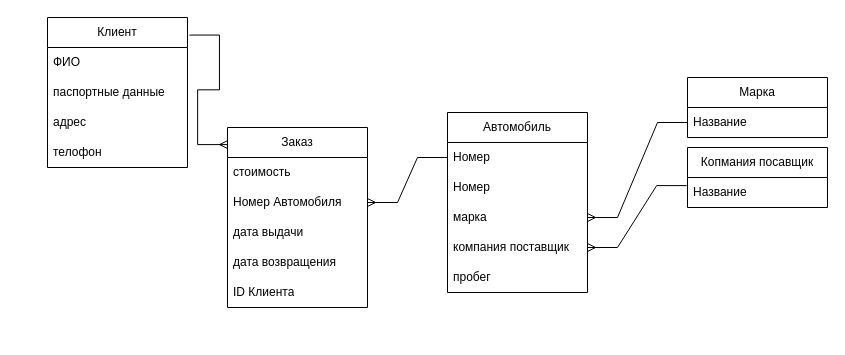
Before: course-db/course-work/КБД.drawio in MohMaGen/2024-4-term-uni, a draw.io diagram. Source tidied: cells renumbered, new cells numbered last; positions are measured from the earlier drawing's top-left corner, leaving out a move shared by most shapes. Both pictures are drawn from the tidied source at 100%, with x=0, y=0 at pixel (47, -53).
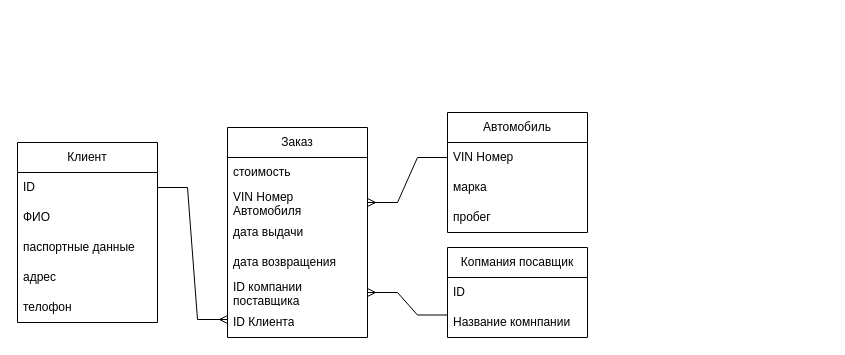
Above is the later version.

What changed in the source:
```diff
@@
     <mxCell id="2" value="Клиент" style="swimlane;fontStyle=0;horizontal=1;startSize=30;whiteSpace=wrap;html=1;" parent="1" vertex="1">
-      <mxGeometry y="70" width="140" height="150" as="geometry" />
+      <mxGeometry x="-30" y="195" width="140" height="180" as="geometry" />
     </mxCell>
+    <mxCell id="27" value="ID" style="text;strokeColor=none;fillColor=none;align=left;verticalAlign=middle;spacingLeft=4;spacingRight=4;overflow=hidden;points=[[0,0.5],[1,0.5]];portConstraint=eastwest;whiteSpace=wrap;html=1;" parent="2" vertex="1">
+      <mxGeometry y="30" width="140" height="30" as="geometry" />
+    </mxCell>
     <mxCell id="3" value="ФИО" style="text;strokeColor=none;fillColor=none;align=left;verticalAlign=middle;spacingLeft=4;spacingRight=4;overflow=hidden;whiteSpace=wrap;html=1;" parent="2" vertex="1">
-      <mxGeometry y="30" width="140" height="30" as="geometry" />
+      <mxGeometry y="60" width="140" height="30" as="geometry" />
     </mxCell>
     <mxCell id="4" value="паспортные данные" style="text;strokeColor=none;fillColor=none;align=left;verticalAlign=middle;spacingLeft=4;spacingRight=4;overflow=hidden;whiteSpace=wrap;html=1;" parent="2" vertex="1">
-      <mxGeometry y="60" width="140" height="30" as="geometry" />
+      <mxGeometry y="90" width="140" height="30" as="geometry" />
     </mxCell>
     <mxCell id="5" value="адрес" style="text;strokeColor=none;fillColor=none;align=left;verticalAlign=middle;spacingLeft=4;spacingRight=4;overflow=hidden;whiteSpace=wrap;html=1;" parent="2" vertex="1">
-      <mxGeometry y="90" width="140" height="30" as="geometry" />
+      <mxGeometry y="120" width="140" height="30" as="geometry" />
     </mxCell>
     <mxCell id="6" value="телофон" style="text;strokeColor=none;fillColor=none;align=left;verticalAlign=middle;spacingLeft=4;spacingRight=4;overflow=hidden;whiteSpace=wrap;html=1;" parent="2" vertex="1">
-      <mxGeometry y="120" width="140" height="30" as="geometry" />
+      <mxGeometry y="150" width="140" height="30" as="geometry" />
     </mxCell>
     <mxCell id="7" value="Заказ" style="swimlane;fontStyle=0;horizontal=1;startSize=30;whiteSpace=wrap;html=1;" parent="1" vertex="1">
-      <mxGeometry x="180" y="180" width="140" height="180" as="geometry" />
+      <mxGeometry x="180" y="180" width="140" height="210" as="geometry" />
     </mxCell>
@@
-    <mxCell id="9" value="Номер Автомобиля" style="text;strokeColor=none;fillColor=none;align=left;verticalAlign=middle;spacingLeft=4;spacingRight=4;overflow=hidden;points=[[0,0.5],[1,0.5]];portConstraint=eastwest;whiteSpace=wrap;html=1;" parent="7" vertex="1">
+    <mxCell id="9" value="VIN Номер Автомобиля" style="text;strokeColor=none;fillColor=none;align=left;verticalAlign=middle;spacingLeft=4;spacingRight=4;overflow=hidden;points=[[0,0.5],[1,0.5]];portConstraint=eastwest;whiteSpace=wrap;html=1;" parent="7" vertex="1">
       <mxGeometry y="60" width="140" height="30" as="geometry" />
     </mxCell>
@@
+    <mxCell id="17" value="ID компании поставщика" style="text;strokeColor=none;fillColor=none;align=left;verticalAlign=middle;spacingLeft=4;spacingRight=4;overflow=hidden;points=[[0,0.5],[1,0.5]];portConstraint=eastwest;whiteSpace=wrap;html=1;" parent="7" vertex="1">
+      <mxGeometry y="150" width="140" height="30" as="geometry" />
+    </mxCell>
     <mxCell id="12" value="ID Клиента" style="text;strokeColor=none;fillColor=none;align=left;verticalAlign=middle;spacingLeft=4;spacingRight=4;overflow=hidden;whiteSpace=wrap;html=1;" parent="7" vertex="1">
-      <mxGeometry y="150" width="140" height="30" as="geometry" />
+      <mxGeometry y="180" width="140" height="30" as="geometry" />
     </mxCell>
     <mxCell id="13" value="Автомобиль" style="swimlane;fontStyle=0;horizontal=1;startSize=30;whiteSpace=wrap;html=1;" parent="1" vertex="1">
-      <mxGeometry x="400" y="165" width="140" height="180" as="geometry" />
+      <mxGeometry x="400" y="165" width="140" height="120" as="geometry" />
     </mxCell>
-    <mxCell id="14" value="Номер" style="text;strokeColor=none;fillColor=none;align=left;verticalAlign=middle;spacingLeft=4;spacingRight=4;overflow=hidden;points=[[0,0.5],[1,0.5]];portConstraint=eastwest;whiteSpace=wrap;html=1;" parent="13" vertex="1">
+    <mxCell id="14" value="VIN Номер" style="text;strokeColor=none;fillColor=none;align=left;verticalAlign=middle;spacingLeft=4;spacingRight=4;overflow=hidden;points=[[0,0.5],[1,0.5]];portConstraint=eastwest;whiteSpace=wrap;html=1;" parent="13" vertex="1">
       <mxGeometry y="30" width="140" height="30" as="geometry" />
     </mxCell>
-    <mxCell id="15" value="Номер" style="text;strokeColor=none;fillColor=none;align=left;verticalAlign=middle;spacingLeft=4;spacingRight=4;overflow=hidden;whiteSpace=wrap;html=1;" parent="13" vertex="1">
-      <mxGeometry y="60" width="140" height="30" as="geometry" />
-    </mxCell>
     <mxCell id="16" value="марка" style="text;strokeColor=none;fillColor=none;align=left;verticalAlign=middle;spacingLeft=4;spacingRight=4;overflow=hidden;points=[[0,0.5],[1,0.5]];portConstraint=eastwest;whiteSpace=wrap;html=1;" parent="13" vertex="1">
-      <mxGeometry y="90" width="140" height="30" as="geometry" />
+      <mxGeometry y="60" width="140" height="30" as="geometry" />
     </mxCell>
-    <mxCell id="17" value="компания поставщик" style="text;strokeColor=none;fillColor=none;align=left;verticalAlign=middle;spacingLeft=4;spacingRight=4;overflow=hidden;points=[[0,0.5],[1,0.5]];portConstraint=eastwest;whiteSpace=wrap;html=1;" parent="13" vertex="1">
-      <mxGeometry y="120" width="140" height="30" as="geometry" />
-    </mxCell>
     <mxCell id="18" value="пробег" style="text;strokeColor=none;fillColor=none;align=left;verticalAlign=middle;spacingLeft=4;spacingRight=4;overflow=hidden;whiteSpace=wrap;html=1;" parent="13" vertex="1">
-      <mxGeometry y="150" width="140" height="30" as="geometry" />
+      <mxGeometry y="90" width="140" height="30" as="geometry" />
     </mxCell>
-    <mxCell id="19" value="Марка" style="swimlane;fontStyle=0;horizontal=1;startSize=30;whiteSpace=wrap;html=1;" parent="1" vertex="1">
-      <mxGeometry x="640" y="130" width="140" height="60" as="geometry" />
-    </mxCell>
-    <mxCell id="20" value="Название" style="text;strokeColor=none;fillColor=none;align=left;verticalAlign=middle;spacingLeft=4;spacingRight=4;overflow=hidden;points=[[0,0.5],[1,0.5]];portConstraint=eastwest;whiteSpace=wrap;html=1;" parent="19" vertex="1">
-      <mxGeometry y="30" width="140" height="30" as="geometry" />
-    </mxCell>
     <mxCell id="21" value="Копмания посавщик" style="swimlane;fontStyle=0;horizontal=1;startSize=30;whiteSpace=wrap;html=1;" parent="1" vertex="1">
-      <mxGeometry x="640" y="200" width="140" height="60" as="geometry" />
+      <mxGeometry x="400" y="300" width="140" height="90" as="geometry" />
     </mxCell>
-    <mxCell id="22" value="Название" style="text;strokeColor=none;fillColor=none;align=left;verticalAlign=middle;spacingLeft=4;spacingRight=4;overflow=hidden;points=[[0,0.5],[1,0.5]];portConstraint=eastwest;whiteSpace=wrap;html=1;" parent="21" vertex="1">
-      <mxGeometry y="30" width="140" height="30" as="geometry" />
-    </mxCell>
+    <mxCell id="28" value="ID" style="text;strokeColor=none;fillColor=none;align=left;verticalAlign=middle;spacingLeft=4;spacingRight=4;overflow=hidden;whiteSpace=wrap;html=1;" parent="21" vertex="1">
+      <mxGeometry y="30" width="140" height="30" as="geometry" />
+    </mxCell>
+    <mxCell id="29" value="Название комнпании" style="text;strokeColor=none;fillColor=none;align=left;verticalAlign=middle;spacingLeft=4;spacingRight=4;overflow=hidden;whiteSpace=wrap;html=1;" parent="21" vertex="1">
+      <mxGeometry y="60" width="140" height="30" as="geometry" />
+    </mxCell>
-    <mxCell id="23" style="edgeStyle=entityRelationEdgeStyle;fontSize=12;html=1;endArrow=ERmany;rounded=0;exitX=1.014;exitY=0.117;exitDx=0;exitDy=0;exitPerimeter=0;entryX=0.001;entryY=0.095;entryDx=0;entryDy=0;entryPerimeter=0;" parent="1" edge="1" source="2" target="7">
+    <mxCell id="23" style="edgeStyle=entityRelationEdgeStyle;fontSize=12;html=1;endArrow=ERmany;rounded=0;exitX=1;exitY=0.5;exitDx=0;exitDy=0;entryX=0.001;entryY=0.095;entryDx=0;entryDy=0;entryPerimeter=0;" parent="1" edge="1" source="27">
       <mxGeometry relative="1" as="geometry">
+        <mxPoint x="180" y="372" as="targetPoint" />
         <Array as="points">
-          <mxPoint x="310" y="50" />
-          <mxPoint x="250" y="70" />
-          <mxPoint x="260" y="130" />
-          <mxPoint x="280" y="120" />
-          <mxPoint x="330" />
-          <mxPoint x="330" y="140" />
+          <mxPoint x="309.9" y="222.1" />
+          <mxPoint x="249.9" y="242.1" />
+          <mxPoint x="259.9" y="302.1" />
+          <mxPoint x="279.9" y="292.1" />
+          <mxPoint x="329.9" y="172.1" />
+          <mxPoint x="329.9" y="312.1" />
         </Array>
       </mxGeometry>
     </mxCell>
@@
-    <mxCell id="25" style="edgeStyle=entityRelationEdgeStyle;fontSize=12;html=1;endArrow=ERmany;rounded=0;exitX=0;exitY=0.5;exitDx=0;exitDy=0;entryX=1;entryY=0.5;entryDx=0;entryDy=0;" parent="1" edge="1" source="20" target="16">
-      <mxGeometry relative="1" as="geometry" />
-    </mxCell>
-    <mxCell id="26" style="edgeStyle=entityRelationEdgeStyle;fontSize=12;html=1;endArrow=ERmany;rounded=0;exitX=-0.006;exitY=0.27;exitDx=0;exitDy=0;exitPerimeter=0;" parent="1" edge="1" source="22" target="17">
+    <mxCell id="26" style="edgeStyle=entityRelationEdgeStyle;fontSize=12;html=1;endArrow=ERmany;rounded=0;exitX=0;exitY=0.75;exitDx=0;exitDy=0;" parent="1" edge="1" source="21" target="17">
       <mxGeometry relative="1" as="geometry" />
     </mxCell>
```
